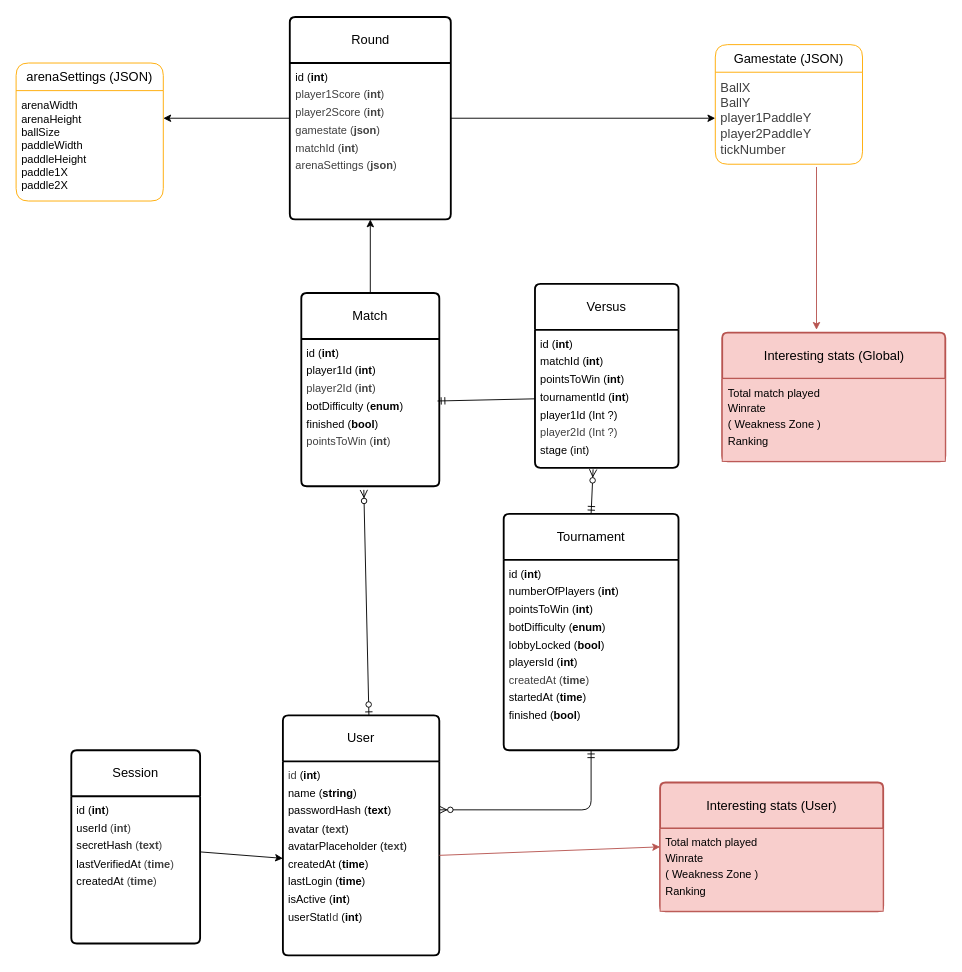
peufo/42_transcendence keeps this draw.io diagram as doc/database.drawio. Above is the earlier version. Source tidied: cells renumbered, new cells numbered last; positions are measured from the earlier drawing's top-left corner, leaving out a move shared by most shapes. Both pictures are drawn from the tidied source at 92%, with x=0, y=0 at pixel (16, 17).
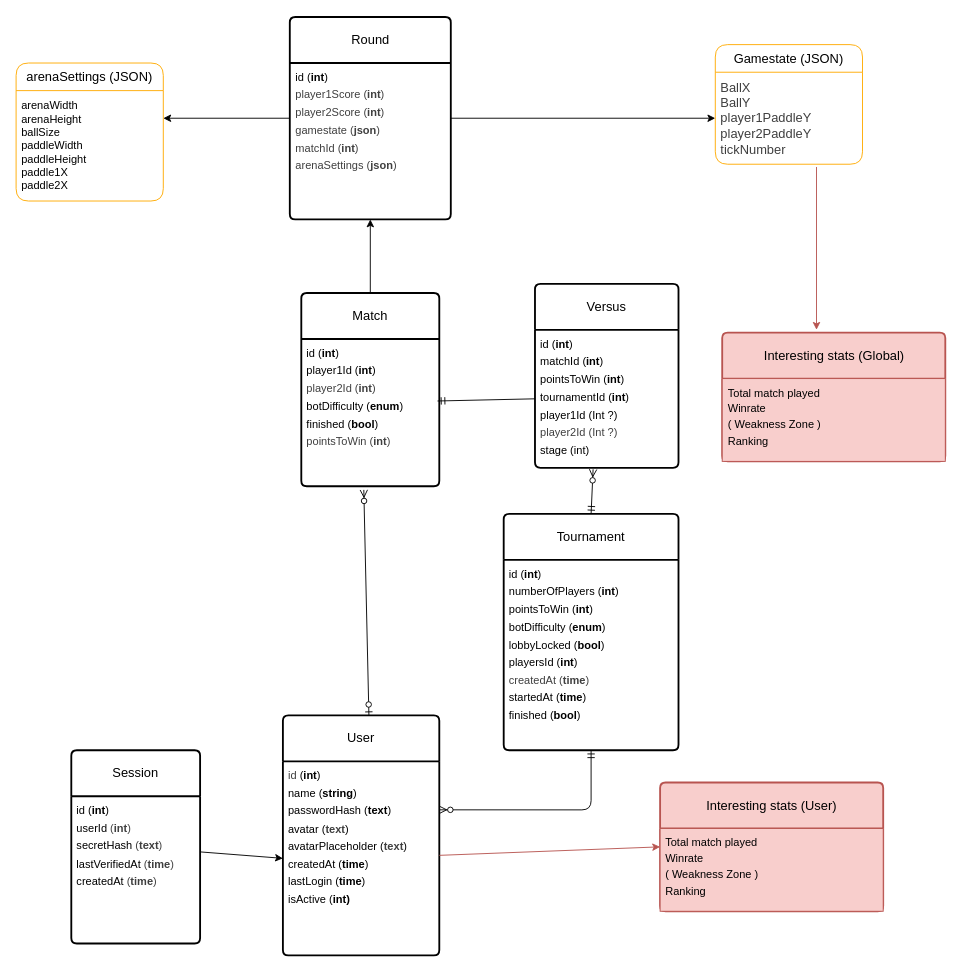
The same diagram, later.

The change refers to these unchanged cells:
```xml
<mxCell id="2" value="User" style="swimlane;horizontal=1;startSize=50;rounded=1;fontSize=14;fontStyle=0;strokeWidth=2;shadow=0;dashed=0;align=center;arcSize=4;whiteSpace=wrap;html=1;" parent="1" vertex="1">
  <mxGeometry x="290" y="759" width="170" height="261" as="geometry" />
</mxCell>
```

What changed in the source:
```diff
@@
-    <mxCell id="3" value="&lt;font style=&quot;line-height: 160%; color: rgb(0, 0, 0);&quot;&gt;&lt;span style=&quot;color: rgb(63, 63, 63);&quot;&gt;id&lt;/span&gt;&amp;nbsp;&lt;font style=&quot;&quot;&gt;(&lt;b&gt;int&lt;/b&gt;)&lt;/font&gt;&lt;/font&gt;&lt;div style=&quot;line-height: 160%;&quot;&gt;&lt;font style=&quot;color: rgb(0, 0, 0);&quot;&gt;&lt;font&gt;name &lt;font&gt;(&lt;b&gt;string&lt;/b&gt;)&lt;/font&gt;&lt;br&gt;passwordHash&amp;nbsp;&lt;/font&gt;&lt;span&gt;(&lt;/span&gt;&lt;span&gt;&lt;b&gt;text&lt;/b&gt;)&lt;/span&gt;&lt;/font&gt;&lt;div&gt;&lt;font style=&quot;color: rgb(0, 0, 0);&quot;&gt;&lt;font&gt;avatar &lt;font&gt;(&lt;/font&gt;&lt;/font&gt;&lt;b style=&quot;color: rgb(63, 63, 63);&quot;&gt;text&lt;/b&gt;&lt;span style=&quot;background-color: transparent;&quot;&gt;&lt;font&gt;)&lt;/font&gt;&lt;/span&gt;&lt;/font&gt;&lt;/div&gt;&lt;div&gt;&lt;font style=&quot;color: rgb(0, 0, 0);&quot;&gt;&lt;font&gt;avatarPlaceholder&amp;nbsp;&lt;/font&gt;&lt;font&gt;&lt;font style=&quot;background-color: transparent; scrollbar-color: light-dark(#e2e2e2, #4b4b4b)&lt;br/&gt;&#9;&#9;&#9;&#9;&#9;light-dark(#fbfbfb, var(--dark-panel-color));&quot;&gt;(&lt;/font&gt;&lt;span style=&quot;background-color: transparent; scrollbar-color: light-dark(#e2e2e2, #4b4b4b)&lt;br/&gt;&#9;&#9;&#9;&#9;&#9;light-dark(#fbfbfb, var(--dark-panel-color));&quot;&gt;&lt;b style=&quot;color: rgb(63, 63, 63);&quot;&gt;text&lt;/b&gt;)&lt;/span&gt;&lt;/font&gt;&lt;/font&gt;&lt;/div&gt;&lt;div&gt;&lt;font style=&quot;color: rgb(0, 0, 0);&quot;&gt;createdAt (&lt;b&gt;time&lt;/b&gt;)&lt;/font&gt;&lt;/div&gt;&lt;div&gt;&lt;font style=&quot;color: rgb(0, 0, 0);&quot;&gt;lastLogin (&lt;b style=&quot;&quot;&gt;time&lt;/b&gt;)&lt;/font&gt;&lt;/div&gt;&lt;div&gt;&lt;font style=&quot;color: rgb(0, 0, 0);&quot;&gt;isActive (&lt;b&gt;int&lt;/b&gt;)&lt;/font&gt;&lt;/div&gt;&lt;div&gt;&lt;span style=&quot;background-color: transparent;&quot;&gt;userStat&lt;/span&gt;&lt;span style=&quot;color: rgb(63, 63, 63);&quot;&gt;Id&lt;/span&gt;&lt;span style=&quot;background-color: transparent;&quot;&gt;&amp;nbsp;(&lt;b&gt;int&lt;/b&gt;)&lt;/span&gt;&lt;/div&gt;&lt;/div&gt;" style="align=left;strokeColor=none;fillColor=none;spacingLeft=4;fontSize=12;verticalAlign=top;html=1;" parent="2" vertex="1">
+    <mxCell id="3" value="&lt;font style=&quot;line-height: 160%; color: rgb(0, 0, 0);&quot;&gt;&lt;span style=&quot;color: rgb(63, 63, 63);&quot;&gt;id&lt;/span&gt;&amp;nbsp;&lt;font style=&quot;&quot;&gt;(&lt;b&gt;int&lt;/b&gt;)&lt;/font&gt;&lt;/font&gt;&lt;div style=&quot;line-height: 160%;&quot;&gt;&lt;font style=&quot;color: rgb(0, 0, 0);&quot;&gt;&lt;font&gt;name &lt;font&gt;(&lt;b&gt;string&lt;/b&gt;)&lt;/font&gt;&lt;br&gt;passwordHash&amp;nbsp;&lt;/font&gt;&lt;span&gt;(&lt;/span&gt;&lt;span&gt;&lt;b&gt;text&lt;/b&gt;)&lt;/span&gt;&lt;/font&gt;&lt;div&gt;&lt;font style=&quot;color: rgb(0, 0, 0);&quot;&gt;&lt;font&gt;avatar &lt;font&gt;(&lt;/font&gt;&lt;/font&gt;&lt;b style=&quot;color: rgb(63, 63, 63);&quot;&gt;text&lt;/b&gt;&lt;span style=&quot;background-color: transparent;&quot;&gt;&lt;font&gt;)&lt;/font&gt;&lt;/span&gt;&lt;/font&gt;&lt;/div&gt;&lt;div&gt;&lt;font style=&quot;color: rgb(0, 0, 0);&quot;&gt;&lt;font&gt;avatarPlaceholder&amp;nbsp;&lt;/font&gt;&lt;font&gt;&lt;font style=&quot;background-color: transparent; scrollbar-color: light-dark(#e2e2e2, #4b4b4b)&lt;br/&gt;&#9;&#9;&#9;&#9;&#9;light-dark(#fbfbfb, var(--dark-panel-color));&quot;&gt;(&lt;/font&gt;&lt;span style=&quot;background-color: transparent; scrollbar-color: light-dark(#e2e2e2, #4b4b4b)&lt;br/&gt;&#9;&#9;&#9;&#9;&#9;light-dark(#fbfbfb, var(--dark-panel-color));&quot;&gt;&lt;b style=&quot;color: rgb(63, 63, 63);&quot;&gt;text&lt;/b&gt;)&lt;/span&gt;&lt;/font&gt;&lt;/font&gt;&lt;/div&gt;&lt;div&gt;&lt;font style=&quot;color: rgb(0, 0, 0);&quot;&gt;createdAt (&lt;b&gt;time&lt;/b&gt;)&lt;/font&gt;&lt;/div&gt;&lt;div&gt;&lt;font style=&quot;color: rgb(0, 0, 0);&quot;&gt;lastLogin (&lt;b style=&quot;&quot;&gt;time&lt;/b&gt;)&lt;/font&gt;&lt;/div&gt;&lt;div&gt;&lt;font style=&quot;color: rgb(0, 0, 0);&quot;&gt;isActive (&lt;b&gt;int)&lt;/b&gt;&lt;/font&gt;&lt;/div&gt;&lt;/div&gt;" style="align=left;strokeColor=none;fillColor=none;spacingLeft=4;fontSize=12;verticalAlign=top;html=1;" parent="2" vertex="1">
       <mxGeometry y="50" width="170" height="211" as="geometry" />
     </mxCell>
```
